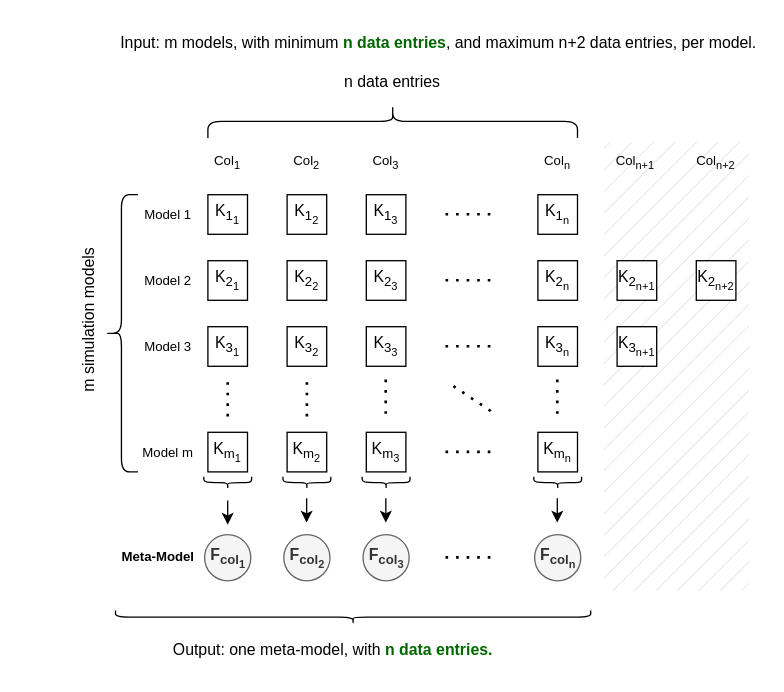
This is papers/multi-meta-model-paper/drawio-figures/metamodel-concept.drawio from Radu-Nicolae/atlarge, a draw.io file, before an edit. Source tidied: cells renumbered, new cells numbered last; positions are measured from the earlier drawing's top-left corner, leaving out a move shared by most shapes. Both pictures are drawn from the tidied source at 132%, with x=0, y=0 at pixel (9, -65).
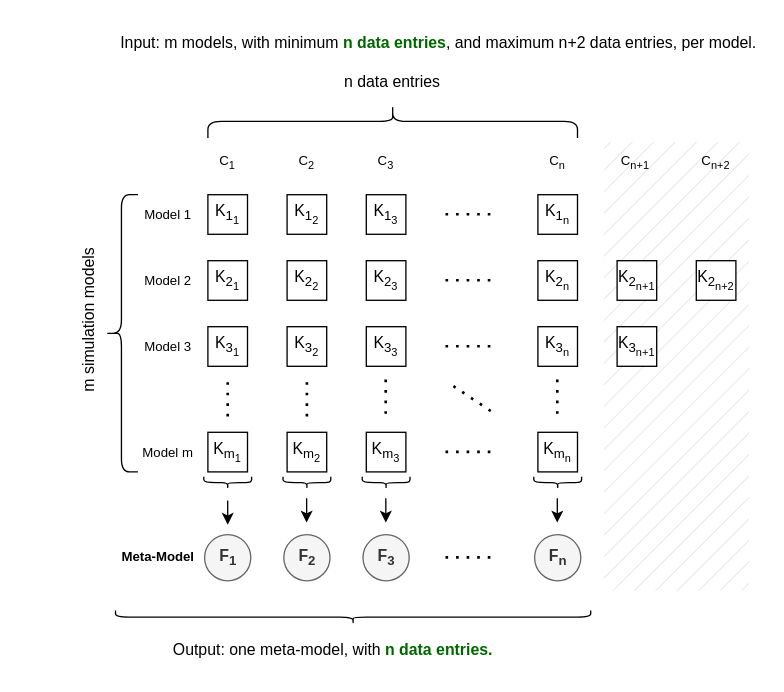
Above is the later version.

Change to the diagram source:
```diff
@@
-    <mxCell id="40" value="Col&lt;sub&gt;1&lt;/sub&gt;" style="text;html=1;strokeColor=none;fillColor=none;align=center;verticalAlign=middle;whiteSpace=wrap;rounded=0;fontSize=10;" parent="1" vertex="1">
+    <mxCell id="40" value="C&lt;sub&gt;1&lt;/sub&gt;" style="text;html=1;strokeColor=none;fillColor=none;align=center;verticalAlign=middle;whiteSpace=wrap;rounded=0;fontSize=10;" parent="1" vertex="1">
       <mxGeometry x="135" y="156" width="60" height="30" as="geometry" />
     </mxCell>
-    <mxCell id="41" value="Col&lt;sub&gt;2&lt;/sub&gt;" style="text;html=1;strokeColor=none;fillColor=none;align=center;verticalAlign=middle;whiteSpace=wrap;rounded=0;fontSize=10;" parent="1" vertex="1">
+    <mxCell id="41" value="C&lt;sub&gt;2&lt;/sub&gt;" style="text;html=1;strokeColor=none;fillColor=none;align=center;verticalAlign=middle;whiteSpace=wrap;rounded=0;fontSize=10;" parent="1" vertex="1">
       <mxGeometry x="195" y="156" width="60" height="30" as="geometry" />
     </mxCell>
-    <mxCell id="42" value="Col&lt;sub&gt;3&lt;/sub&gt;" style="text;html=1;strokeColor=none;fillColor=none;align=center;verticalAlign=middle;whiteSpace=wrap;rounded=0;fontSize=10;" parent="1" vertex="1">
+    <mxCell id="42" value="C&lt;sub&gt;3&lt;/sub&gt;" style="text;html=1;strokeColor=none;fillColor=none;align=center;verticalAlign=middle;whiteSpace=wrap;rounded=0;fontSize=10;" parent="1" vertex="1">
       <mxGeometry x="255" y="156" width="60" height="30" as="geometry" />
     </mxCell>
-    <mxCell id="43" value="Col&lt;sub&gt;n&lt;/sub&gt;" style="text;html=1;strokeColor=none;fillColor=none;align=center;verticalAlign=middle;whiteSpace=wrap;rounded=0;fontSize=10;" parent="1" vertex="1">
+    <mxCell id="43" value="C&lt;sub&gt;n&lt;/sub&gt;" style="text;html=1;strokeColor=none;fillColor=none;align=center;verticalAlign=middle;whiteSpace=wrap;rounded=0;fontSize=10;" parent="1" vertex="1">
       <mxGeometry x="385" y="156" width="60" height="30" as="geometry" />
     </mxCell>
-    <mxCell id="44" value="Col&lt;sub&gt;n+1&lt;/sub&gt;" style="text;html=1;strokeColor=none;fillColor=none;align=center;verticalAlign=middle;whiteSpace=wrap;rounded=0;fontSize=10;" parent="1" vertex="1">
+    <mxCell id="44" value="C&lt;sub&gt;n+1&lt;/sub&gt;" style="text;html=1;strokeColor=none;fillColor=none;align=center;verticalAlign=middle;whiteSpace=wrap;rounded=0;fontSize=10;" parent="1" vertex="1">
       <mxGeometry x="444" y="156" width="60" height="30" as="geometry" />
     </mxCell>
-    <mxCell id="45" value="Col&lt;sub&gt;n+2&lt;/sub&gt;" style="text;html=1;strokeColor=none;fillColor=none;align=center;verticalAlign=middle;whiteSpace=wrap;rounded=0;fontSize=10;" parent="1" vertex="1">
+    <mxCell id="45" value="C&lt;sub&gt;n+2&lt;/sub&gt;" style="text;html=1;strokeColor=none;fillColor=none;align=center;verticalAlign=middle;whiteSpace=wrap;rounded=0;fontSize=10;" parent="1" vertex="1">
       <mxGeometry x="505" y="156" width="60" height="30" as="geometry" />
     </mxCell>
-    <mxCell id="46" value="&lt;b&gt;F&lt;sub&gt;col&lt;sub&gt;1&lt;/sub&gt;&lt;/sub&gt;&lt;/b&gt;" style="ellipse;whiteSpace=wrap;html=1;fillColor=#f5f5f5;fontColor=#333333;strokeColor=#666666;" parent="1" vertex="1">
+    <mxCell id="46" value="&lt;b&gt;F&lt;sub&gt;1&lt;/sub&gt;&lt;/b&gt;" style="ellipse;whiteSpace=wrap;html=1;fillColor=#f5f5f5;fontColor=#333333;strokeColor=#666666;" parent="1" vertex="1">
       <mxGeometry x="147.5" y="453.5" width="35" height="35" as="geometry" />
     </mxCell>
-    <mxCell id="47" value="&lt;b&gt;F&lt;sub&gt;col&lt;sub&gt;2&lt;/sub&gt;&lt;/sub&gt;&lt;/b&gt;" style="ellipse;whiteSpace=wrap;html=1;fillColor=#f5f5f5;fontColor=#333333;strokeColor=#666666;" parent="1" vertex="1">
+    <mxCell id="47" value="&lt;b&gt;F&lt;sub&gt;2&lt;/sub&gt;&lt;/b&gt;" style="ellipse;whiteSpace=wrap;html=1;fillColor=#f5f5f5;fontColor=#333333;strokeColor=#666666;" parent="1" vertex="1">
       <mxGeometry x="207.5" y="453.5" width="35" height="35" as="geometry" />
     </mxCell>
-    <mxCell id="48" value="&lt;b&gt;F&lt;sub&gt;col&lt;sub&gt;3&lt;/sub&gt;&lt;/sub&gt;&lt;/b&gt;" style="ellipse;whiteSpace=wrap;html=1;fillColor=#f5f5f5;fontColor=#333333;strokeColor=#666666;" parent="1" vertex="1">
+    <mxCell id="48" value="&lt;b&gt;F&lt;sub&gt;3&lt;/sub&gt;&lt;/b&gt;" style="ellipse;whiteSpace=wrap;html=1;fillColor=#f5f5f5;fontColor=#333333;strokeColor=#666666;" parent="1" vertex="1">
       <mxGeometry x="267.5" y="453.5" width="35" height="35" as="geometry" />
     </mxCell>
-    <mxCell id="49" value="&lt;b&gt;F&lt;sub&gt;col&lt;sub&gt;n&lt;/sub&gt;&lt;/sub&gt;&lt;/b&gt;" style="ellipse;whiteSpace=wrap;html=1;fillColor=#f5f5f5;fontColor=#333333;strokeColor=#666666;" parent="1" vertex="1">
+    <mxCell id="49" value="&lt;b&gt;F&lt;sub&gt;n&lt;/sub&gt;&lt;/b&gt;" style="ellipse;whiteSpace=wrap;html=1;fillColor=#f5f5f5;fontColor=#333333;strokeColor=#666666;" parent="1" vertex="1">
       <mxGeometry x="397.5" y="453.5" width="35" height="35" as="geometry" />
     </mxCell>
```
